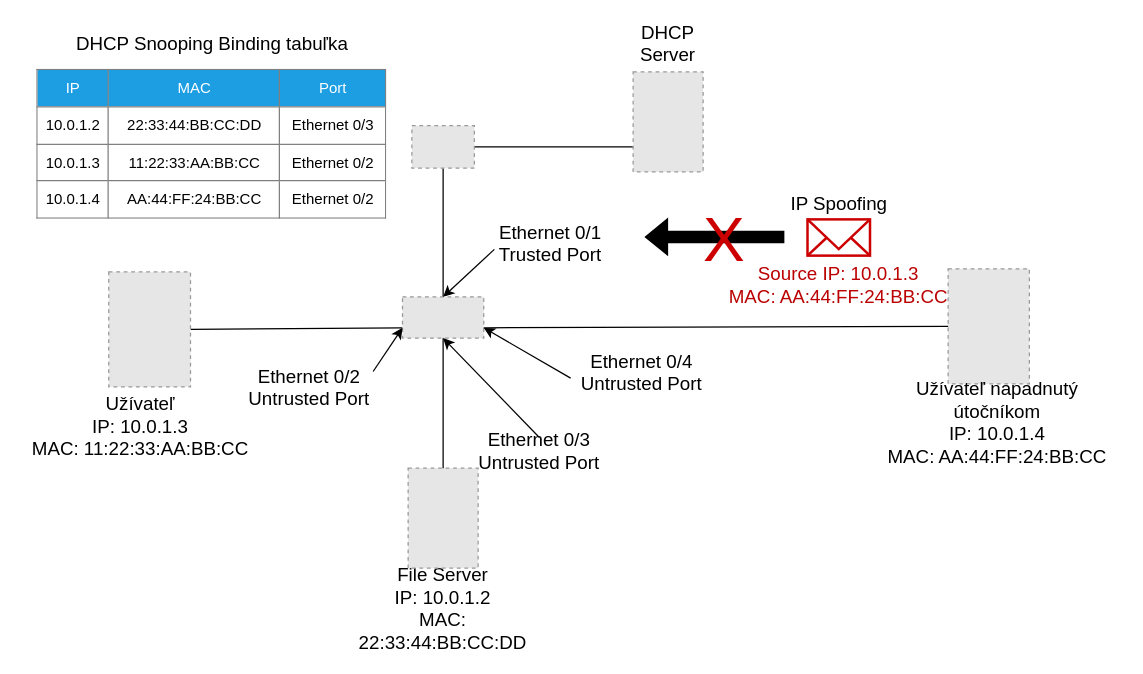
This is thesis/obrazky/dhcp-snoop.drawio from siorus/MasterThesis, a draw.io file, before an edit. Source tidied: cells renumbered, new cells numbered last; positions are measured from the earlier drawing's top-left corner, leaving out a move shared by most shapes. Both pictures are drawn from the tidied source at 125%, with x=0, y=0 at pixel (21, 30). Pictures stored in the file or linked from it are replaced by grey dashed boxes.
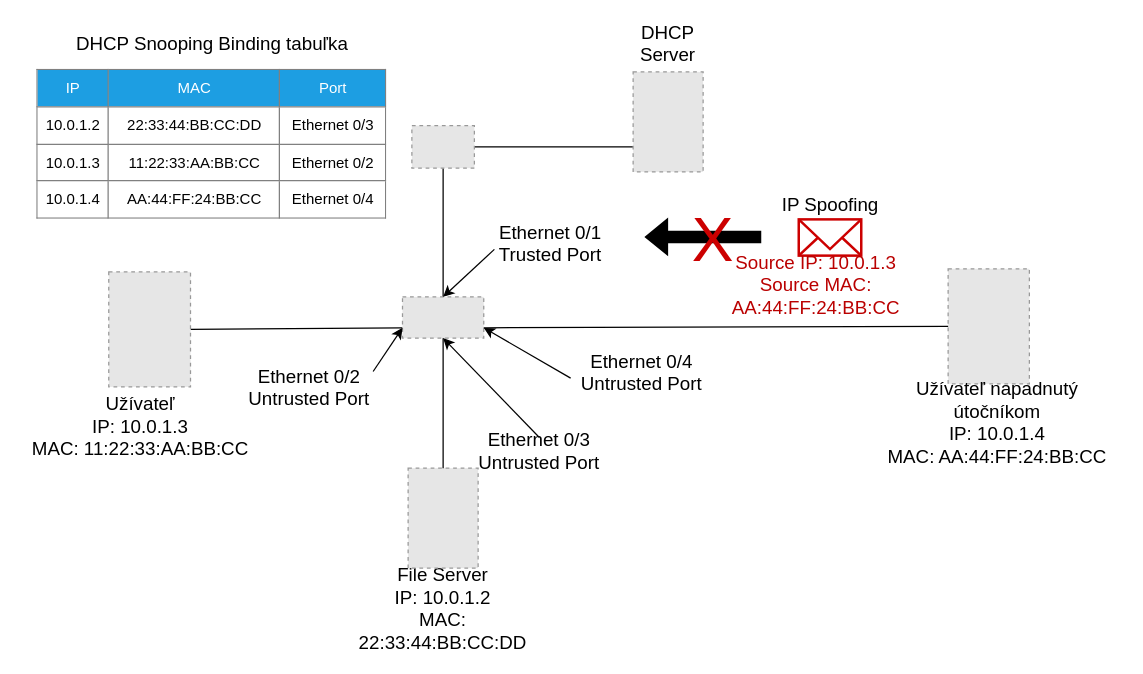
The same diagram, later.

What changed in the source:
```diff
@@
     <mxCell id="6" style="shape=flexArrow;endArrow=none;html=1;fillColor=#000000;strokeColor=none;dashed=1;startArrow=block;startFill=0;endFill=0;" parent="1" edge="1">
       <mxGeometry relative="1" as="geometry">
         <mxPoint x="497.5" y="165" as="sourcePoint" />
-        <mxPoint x="610.5" y="165" as="targetPoint" />
+        <mxPoint x="592" y="165" as="targetPoint" />
       </mxGeometry>
     </mxCell>
@@
-    <mxCell id="19" value="&lt;table border=&quot;1&quot; width=&quot;100%&quot; style=&quot;width: 100% ; height: 100% ; border-collapse: collapse&quot;&gt;&lt;tbody&gt;&lt;tr&gt;&lt;td style=&quot;background-color: rgb(29 , 158 , 226)&quot;&gt;&lt;font color=&quot;#ffffff&quot; face=&quot;Vafle VUT&quot;&gt;IP&lt;/font&gt;&lt;/td&gt;&lt;td style=&quot;background-color: rgb(29 , 158 , 226)&quot;&gt;&lt;span&gt;&lt;font color=&quot;#ffffff&quot; face=&quot;Vafle VUT&quot;&gt;MAC&lt;/font&gt;&lt;/span&gt;&lt;/td&gt;&lt;td style=&quot;background-color: rgb(29 , 158 , 226)&quot;&gt;&lt;font color=&quot;#ffffff&quot; face=&quot;Vafle VUT&quot;&gt;Port&lt;/font&gt;&lt;/td&gt;&lt;/tr&gt;&lt;tr&gt;&lt;td&gt;&lt;font face=&quot;Vafle VUT&quot;&gt;10.0.1.2&lt;/font&gt;&lt;/td&gt;&lt;td&gt;&lt;span style=&quot;font-family: &amp;#34;vafle vut&amp;#34; ; white-space: normal&quot;&gt;22:33:44:BB:CC:DD&lt;/span&gt;&lt;br&gt;&lt;/td&gt;&lt;td&gt;&lt;font face=&quot;Vafle VUT&quot;&gt;Ethernet 0/3&lt;/font&gt;&lt;/td&gt;&lt;/tr&gt;&lt;tr&gt;&lt;td&gt;&lt;span style=&quot;font-family: &amp;#34;vafle vut&amp;#34;&quot;&gt;10.0.1.3&lt;/span&gt;&lt;br&gt;&lt;/td&gt;&lt;td&gt;&lt;span style=&quot;font-family: &amp;#34;vafle vut&amp;#34; ; white-space: normal&quot;&gt;11:22:33:AA:BB:CC&lt;/span&gt;&lt;br&gt;&lt;/td&gt;&lt;td&gt;&lt;span style=&quot;font-family: &amp;#34;vafle vut&amp;#34;&quot;&gt;Ethernet 0/2&lt;/span&gt;&lt;br&gt;&lt;/td&gt;&lt;/tr&gt;&lt;tr&gt;&lt;td&gt;&lt;font face=&quot;Vafle VUT&quot;&gt;10.0.1.4&lt;/font&gt;&lt;/td&gt;&lt;td&gt;&lt;span style=&quot;font-family: &amp;#34;vafle vut&amp;#34; ; white-space: normal&quot;&gt;AA:44:FF:24:BB:CC&lt;/span&gt;&lt;br&gt;&lt;/td&gt;&lt;td&gt;&lt;span style=&quot;font-family: &amp;#34;vafle vut&amp;#34;&quot;&gt;Ethernet 0/2&lt;/span&gt;&lt;br&gt;&lt;/td&gt;&lt;/tr&gt;&lt;/tbody&gt;&lt;/table&gt;" style="text;html=1;strokeColor=none;fillColor=none;overflow=fill;align=center;" parent="1" vertex="1">
+    <mxCell id="19" value="&lt;table border=&quot;1&quot; width=&quot;100%&quot; style=&quot;width: 100% ; height: 100% ; border-collapse: collapse&quot;&gt;&lt;tbody&gt;&lt;tr&gt;&lt;td style=&quot;background-color: rgb(29 , 158 , 226)&quot;&gt;&lt;font color=&quot;#ffffff&quot; face=&quot;Vafle VUT&quot;&gt;IP&lt;/font&gt;&lt;/td&gt;&lt;td style=&quot;background-color: rgb(29 , 158 , 226)&quot;&gt;&lt;span&gt;&lt;font color=&quot;#ffffff&quot; face=&quot;Vafle VUT&quot;&gt;MAC&lt;/font&gt;&lt;/span&gt;&lt;/td&gt;&lt;td style=&quot;background-color: rgb(29 , 158 , 226)&quot;&gt;&lt;font color=&quot;#ffffff&quot; face=&quot;Vafle VUT&quot;&gt;Port&lt;/font&gt;&lt;/td&gt;&lt;/tr&gt;&lt;tr&gt;&lt;td&gt;&lt;font face=&quot;Vafle VUT&quot;&gt;10.0.1.2&lt;/font&gt;&lt;/td&gt;&lt;td&gt;&lt;span style=&quot;font-family: &amp;#34;vafle vut&amp;#34; ; white-space: normal&quot;&gt;22:33:44:BB:CC:DD&lt;/span&gt;&lt;br&gt;&lt;/td&gt;&lt;td&gt;&lt;font face=&quot;Vafle VUT&quot;&gt;Ethernet 0/3&lt;/font&gt;&lt;/td&gt;&lt;/tr&gt;&lt;tr&gt;&lt;td&gt;&lt;span style=&quot;font-family: &amp;#34;vafle vut&amp;#34;&quot;&gt;10.0.1.3&lt;/span&gt;&lt;br&gt;&lt;/td&gt;&lt;td&gt;&lt;span style=&quot;font-family: &amp;#34;vafle vut&amp;#34; ; white-space: normal&quot;&gt;11:22:33:AA:BB:CC&lt;/span&gt;&lt;br&gt;&lt;/td&gt;&lt;td&gt;&lt;span style=&quot;font-family: &amp;#34;vafle vut&amp;#34;&quot;&gt;Ethernet 0/2&lt;/span&gt;&lt;br&gt;&lt;/td&gt;&lt;/tr&gt;&lt;tr&gt;&lt;td&gt;&lt;font face=&quot;Vafle VUT&quot;&gt;10.0.1.4&lt;/font&gt;&lt;/td&gt;&lt;td&gt;&lt;span style=&quot;font-family: &amp;#34;vafle vut&amp;#34; ; white-space: normal&quot;&gt;AA:44:FF:24:BB:CC&lt;/span&gt;&lt;br&gt;&lt;/td&gt;&lt;td&gt;&lt;span style=&quot;font-family: &amp;#34;vafle vut&amp;#34;&quot;&gt;Ethernet 0/4&lt;/span&gt;&lt;br&gt;&lt;/td&gt;&lt;/tr&gt;&lt;/tbody&gt;&lt;/table&gt;" style="text;html=1;strokeColor=none;fillColor=none;overflow=fill;align=center;" parent="1" vertex="1">
       <mxGeometry x="12" y="31" width="280" height="120" as="geometry" />
     </mxCell>
@@
     <mxCell id="25" style="html=1;verticalLabelPosition=bottom;align=center;labelBackgroundColor=#ffffff;verticalAlign=top;strokeWidth=2;strokeColor=#CC0000;shadow=0;dashed=0;shape=mxgraph.ios7.icons.mail;fillColor=none;" parent="1" vertex="1">
-      <mxGeometry x="628.5" y="151" width="50" height="29" as="geometry" />
+      <mxGeometry x="621.5" y="151" width="50" height="29" as="geometry" />
     </mxCell>
@@
     <mxCell id="29" value="&lt;font face=&quot;Vafle VUT&quot; style=&quot;font-size: 15px&quot;&gt;IP Spoofing&lt;/font&gt;" style="text;html=1;strokeColor=none;fillColor=none;align=center;verticalAlign=middle;whiteSpace=wrap;rounded=0;" parent="1" vertex="1">
-      <mxGeometry x="608.5" y="128" width="90" height="20" as="geometry" />
+      <mxGeometry x="602" y="128" width="90" height="22" as="geometry" />
     </mxCell>
-    <mxCell id="30" value="&lt;font color=&quot;rgba(0, 0, 0, 0)&quot;&gt;Source IP: 10.0.1.3&lt;br&gt;MAC: AA:44:FF:24:BB:CC&lt;/font&gt;" style="text;html=1;strokeColor=none;fillColor=none;align=center;verticalAlign=middle;whiteSpace=wrap;rounded=0;fontSize=15;fontStyle=0;fontFamily=Vafle VUT;" parent="1" vertex="1">
-      <mxGeometry x="554" y="193" width="199" height="20" as="geometry" />
+    <mxCell id="30" value="&lt;font color=&quot;rgba(0, 0, 0, 0)&quot;&gt;Source IP: 10.0.1.3&lt;br&gt;Source MAC: AA:44:FF:24:BB:CC&lt;/font&gt;" style="text;html=1;strokeColor=none;fillColor=none;align=center;verticalAlign=middle;whiteSpace=wrap;rounded=0;fontSize=15;fontStyle=0;fontFamily=Vafle VUT;" parent="1" vertex="1">
+      <mxGeometry x="525" y="193" width="221" height="20" as="geometry" />
     </mxCell>
     <mxCell id="31" value="&lt;font face=&quot;Vafle VUT&quot; color=&quot;#cc0000&quot; style=&quot;font-size: 50px&quot;&gt;X&lt;/font&gt;" style="text;html=1;strokeColor=none;fillColor=none;align=center;verticalAlign=middle;whiteSpace=wrap;rounded=0;" parent="1" vertex="1">
-      <mxGeometry x="542" y="156.5" width="40" height="20" as="geometry" />
+      <mxGeometry x="533" y="156.5" width="40" height="20" as="geometry" />
     </mxCell>
```
